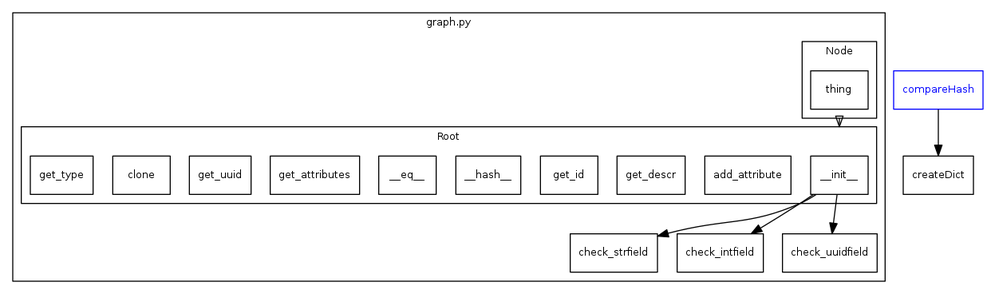
The Graphviz diagram dot/graph.png in orey/graph, before a commit. Its source is kept beside it as dot/graph.dot.
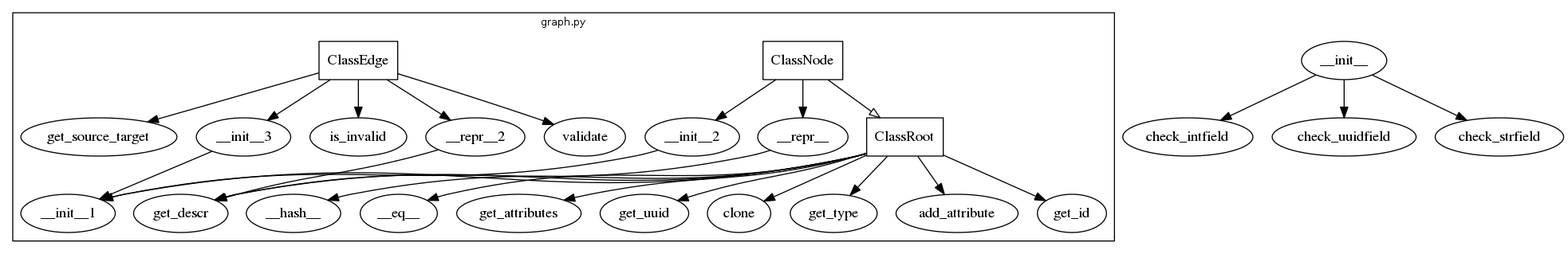
After the change.

Commit message:
slight modif in Graph for uuid and clone

Change to the diagram source:
```diff
@@ -5,23 +5,33 @@
 subgraph clusterA {
   label="graph.py" ;
 
-  subgraph clusterB {
-    label="Root" ;
-    __init__ ;
-    add_attribute ;
-    get_descr ;
-    get_id ;
-    __hash__ ;
-    __eq__ ;
-    get_attributes ;
-    get_uuid ;
-    clone ;
-    get_type ;
-  }
+  ClassRoot [shape=box];
+  ClassRoot -> __init__1;
+  ClassRoot -> add_attribute;
+  ClassRoot -> get_descr;
+  ClassRoot -> get_id;
+  ClassRoot -> __hash__;
+  ClassRoot -> __eq__;
+  ClassRoot -> get_attributes;
+  ClassRoot -> get_uuid;
+  ClassRoot -> clone;
+  ClassRoot -> get_type;
 
-  subgraph clusterC {
-    label = "Node" ;
-    thing ;
+  ClassNode [shape=box];
+  ClassNode -> ClassRoot [arrowhead=onormal] ;
+  ClassNode -> __init__2
+  __init__2 -> __init__1
+  ClassNode -> __repr__
+  __repr__ -> get_descr
+
+  ClassEdge [shape=box]
+  ClassEdge -> __init__3
+  __init__3 -> __init__1
+  ClassEdge -> is_invalid
+  ClassEdge -> validate
+  ClassEdge -> __repr__2
+  __repr__2 -> get_descr
+  ClassEdge -> get_source_target
   }
 
 
@@ -29,13 +39,9 @@
   __init__ -> check_intfield ;
   __init__ -> check_uuidfield ;
 
-  thing -> __init__ [arrowhead=onormal,ltail=clusterC,lhead=clusterB]
 
 }
 
 
 
-compareHash [color="blue", fontcolor="blue"]
-compareHash -> createDict
 
-}
```
